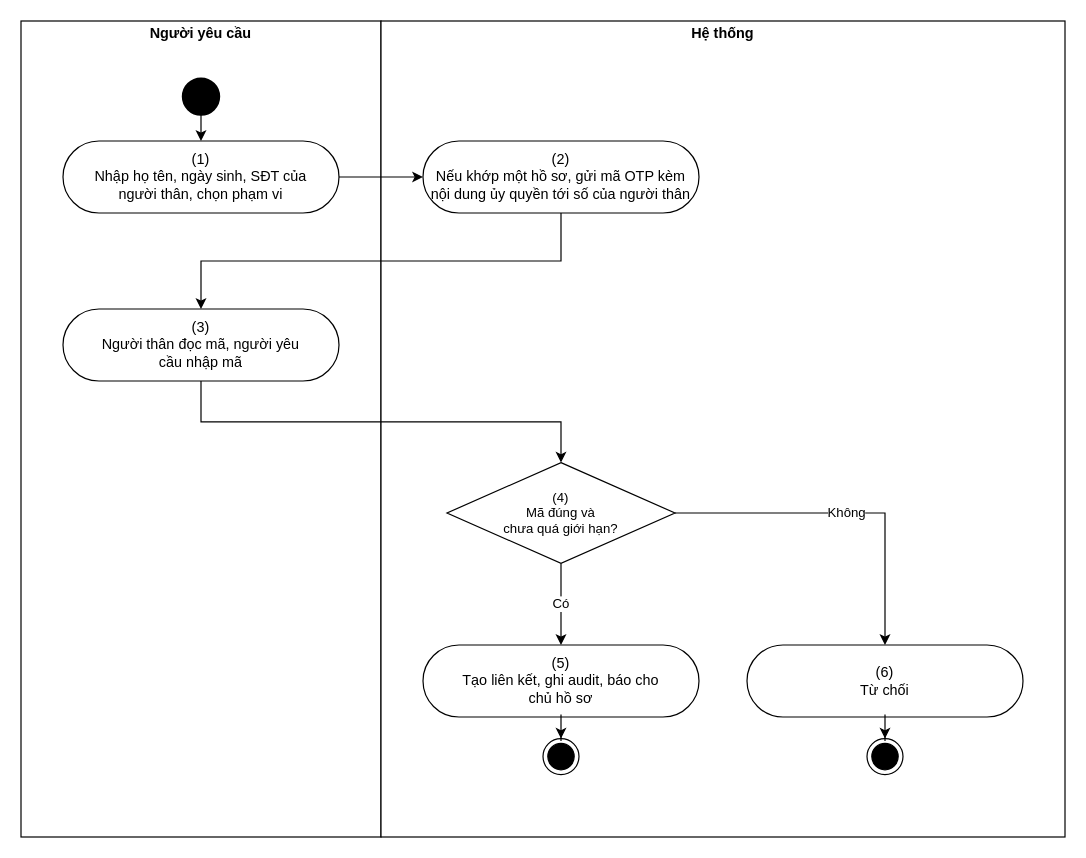
The draw.io diagram page "UC 13 Link an adult relative's record" (4 of 18) of docs/02-requirements/srs/dist/diagrams/10-activity-clinical.drawio in viethung12062005/smart-hospital-platform, before the edit. Source tidied: cells renumbered, new cells numbered last; positions are measured from the earlier drawing's top-left corner, leaving out a move shared by most shapes. Both pictures are drawn from the tidied source at 120%, with x=0, y=0 at pixel (20, 20).
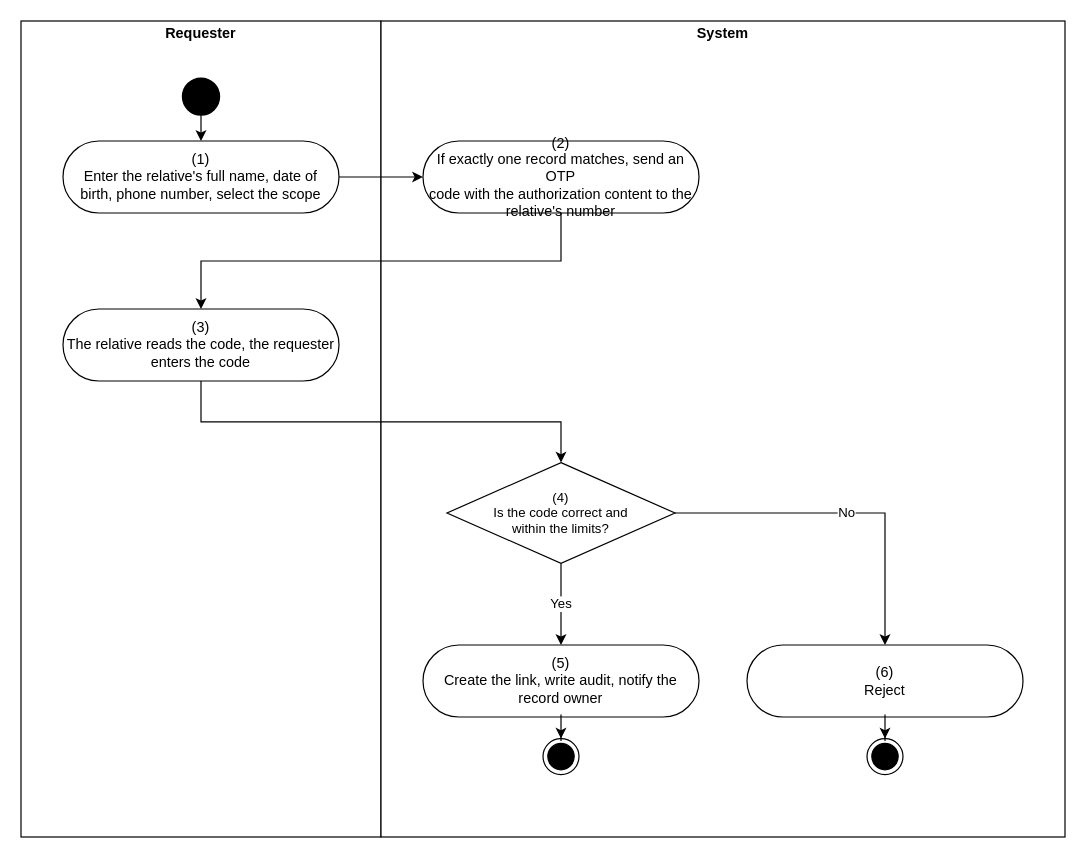
After the change.

What changed in the source:
```diff
@@
-    <mxCell id="2" value="&lt;p style=&quot;margin:0px;margin-top:4px;text-align:center&quot;&gt;&lt;b&gt;Người yêu cầu&lt;/b&gt;&lt;/p&gt;" style="verticalAlign=top;align=left;overflow=fill;fontSize=12;fontFamily=Helvetica;html=1;rounded=0;shadow=0;strokeColor=#000000;gradientColor=none;whiteSpace=wrap;" parent="1" vertex="1">
+    <mxCell id="2" value="&lt;p style=&quot;margin:0px;margin-top:4px;text-align:center&quot;&gt;&lt;b&gt;Requester&lt;/b&gt;&lt;/p&gt;" style="verticalAlign=top;align=left;overflow=fill;fontSize=12;fontFamily=Helvetica;html=1;rounded=0;shadow=0;strokeColor=#000000;gradientColor=none;whiteSpace=wrap;" parent="1" vertex="1">
       <mxGeometry width="300" height="680" as="geometry" />
     </mxCell>
-    <mxCell id="3" value="&lt;p style=&quot;margin:0px;margin-top:4px;text-align:center&quot;&gt;&lt;b&gt;Hệ thống&lt;/b&gt;&lt;/p&gt;" style="verticalAlign=top;align=left;overflow=fill;fontSize=12;fontFamily=Helvetica;html=1;rounded=0;shadow=0;strokeColor=#000000;gradientColor=none;whiteSpace=wrap;" parent="1" vertex="1">
+    <mxCell id="3" value="&lt;p style=&quot;margin:0px;margin-top:4px;text-align:center&quot;&gt;&lt;b&gt;System&lt;/b&gt;&lt;/p&gt;" style="verticalAlign=top;align=left;overflow=fill;fontSize=12;fontFamily=Helvetica;html=1;rounded=0;shadow=0;strokeColor=#000000;gradientColor=none;whiteSpace=wrap;" parent="1" vertex="1">
       <mxGeometry x="300" width="570" height="680" as="geometry" />
     </mxCell>
-    <mxCell id="4" value="(1)&lt;br&gt;Nhập họ tên, ngày sinh, SĐT của&lt;br&gt;người thân, chọn phạm vi" style="html=1;dashed=0;whitespace=wrap;shape=mxgraph.dfd.start;rounded=0;shadow=0;strokeColor=#000000;gradientColor=none;whiteSpace=wrap;fontSize=12;" parent="1" vertex="1">
+    <mxCell id="4" value="(1)&lt;br&gt;Enter the relative&amp;#x27;s full name, date of&lt;br&gt;birth, phone number, select the scope" style="html=1;dashed=0;whitespace=wrap;shape=mxgraph.dfd.start;rounded=0;shadow=0;strokeColor=#000000;gradientColor=none;whiteSpace=wrap;fontSize=12;" parent="1" vertex="1">
       <mxGeometry x="35" y="100" width="230" height="60" as="geometry" />
     </mxCell>
-    <mxCell id="5" value="(2)&lt;br&gt;Nếu khớp một hồ sơ, gửi mã OTP kèm&lt;br&gt;nội dung ủy quyền tới số của người thân" style="html=1;dashed=0;whitespace=wrap;shape=mxgraph.dfd.start;rounded=0;shadow=0;strokeColor=#000000;gradientColor=none;whiteSpace=wrap;fontSize=12;" parent="1" vertex="1">
+    <mxCell id="5" value="(2)&lt;br&gt;If exactly one record matches, send an OTP&lt;br&gt;code with the authorization content to the relative&amp;#x27;s number" style="html=1;dashed=0;whitespace=wrap;shape=mxgraph.dfd.start;rounded=0;shadow=0;strokeColor=#000000;gradientColor=none;whiteSpace=wrap;fontSize=12;" parent="1" vertex="1">
       <mxGeometry x="335" y="100" width="230" height="60" as="geometry" />
     </mxCell>
-    <mxCell id="6" value="(3)&lt;br&gt;Người thân đọc mã, người yêu&lt;br&gt;cầu nhập mã" style="html=1;dashed=0;whitespace=wrap;shape=mxgraph.dfd.start;rounded=0;shadow=0;strokeColor=#000000;gradientColor=none;whiteSpace=wrap;fontSize=12;" parent="1" vertex="1">
+    <mxCell id="6" value="(3)&lt;br&gt;The relative reads the code, the requester&lt;br&gt;enters the code" style="html=1;dashed=0;whitespace=wrap;shape=mxgraph.dfd.start;rounded=0;shadow=0;strokeColor=#000000;gradientColor=none;whiteSpace=wrap;fontSize=12;" parent="1" vertex="1">
       <mxGeometry x="35" y="240" width="230" height="60" as="geometry" />
     </mxCell>
-    <mxCell id="7" value="(4)&lt;br&gt;Mã đúng và&lt;br&gt;chưa quá giới hạn?" style="rhombus;html=1;whiteSpace=wrap;strokeColor=#000000;fontSize=11;" parent="1" vertex="1">
+    <mxCell id="7" value="(4)&lt;br&gt;Is the code correct and&lt;br&gt;within the limits?" style="rhombus;html=1;whiteSpace=wrap;strokeColor=#000000;fontSize=11;" parent="1" vertex="1">
       <mxGeometry x="355" y="368" width="190" height="84" as="geometry" />
     </mxCell>
-    <mxCell id="8" value="(5)&lt;br&gt;Tạo liên kết, ghi audit, báo cho&lt;br&gt;chủ hồ sơ" style="html=1;dashed=0;whitespace=wrap;shape=mxgraph.dfd.start;rounded=0;shadow=0;strokeColor=#000000;gradientColor=none;whiteSpace=wrap;fontSize=12;" parent="1" vertex="1">
+    <mxCell id="8" value="(5)&lt;br&gt;Create the link, write audit, notify the&lt;br&gt;record owner" style="html=1;dashed=0;whitespace=wrap;shape=mxgraph.dfd.start;rounded=0;shadow=0;strokeColor=#000000;gradientColor=none;whiteSpace=wrap;fontSize=12;" parent="1" vertex="1">
       <mxGeometry x="335" y="520" width="230" height="60" as="geometry" />
     </mxCell>
-    <mxCell id="9" value="(6)&lt;br&gt;Từ chối" style="html=1;dashed=0;whitespace=wrap;shape=mxgraph.dfd.start;rounded=0;shadow=0;strokeColor=#000000;gradientColor=none;whiteSpace=wrap;fontSize=12;" parent="1" vertex="1">
+    <mxCell id="9" value="(6)&lt;br&gt;Reject" style="html=1;dashed=0;whitespace=wrap;shape=mxgraph.dfd.start;rounded=0;shadow=0;strokeColor=#000000;gradientColor=none;whiteSpace=wrap;fontSize=12;" parent="1" vertex="1">
       <mxGeometry x="605" y="520" width="230" height="60" as="geometry" />
     </mxCell>
@@
-    <mxCell id="15" value="Có" style="edgeStyle=orthogonalEdgeStyle;rounded=0;jettySize=auto;html=1;exitX=0.5;exitY=1;exitDx=0;exitDy=0;entryX=0.5;entryY=0;entryDx=0;entryDy=0;" parent="1" edge="1" source="7" target="8">
+    <mxCell id="15" value="Yes" style="edgeStyle=orthogonalEdgeStyle;rounded=0;jettySize=auto;html=1;exitX=0.5;exitY=1;exitDx=0;exitDy=0;entryX=0.5;entryY=0;entryDx=0;entryDy=0;" parent="1" edge="1" source="7" target="8">
       <mxGeometry relative="1" as="geometry" />
     </mxCell>
-    <mxCell id="16" value="Không" style="edgeStyle=orthogonalEdgeStyle;rounded=0;jettySize=auto;html=1;exitX=1;exitY=0.5;exitDx=0;exitDy=0;entryX=0.5;entryY=0;entryDx=0;entryDy=0;" parent="1" edge="1" source="7" target="9">
+    <mxCell id="16" value="No" style="edgeStyle=orthogonalEdgeStyle;rounded=0;jettySize=auto;html=1;exitX=1;exitY=0.5;exitDx=0;exitDy=0;entryX=0.5;entryY=0;entryDx=0;entryDy=0;" parent="1" edge="1" source="7" target="9">
       <mxGeometry relative="1" as="geometry" />
     </mxCell>
```
